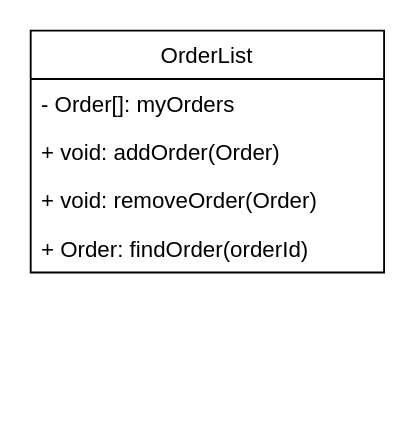
The draw.io diagram Project_1/Class_Diagrams/OrderList.drawio in chrismd2/CSci-430-Group-11, before the edit. Source tidied: cells renumbered, new cells numbered last; positions are measured from the earlier drawing's top-left corner, leaving out a move shared by most shapes. Both pictures are drawn from the tidied source at 186%, with x=0, y=0 at pixel (30, 30).
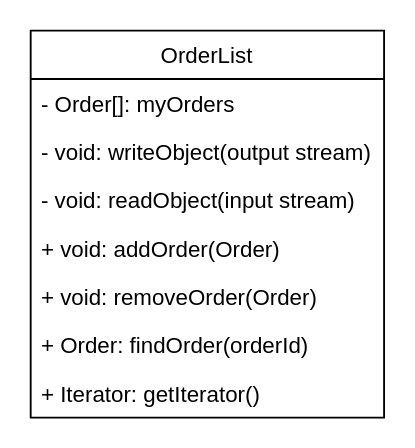
The same diagram, later.

Diff of the diagram source:
```diff
@@
 <mxGraphModel>
   <root>
     <mxCell id="0" />
     <mxCell id="1" parent="0" />
     <mxCell id="2" value="OrderList" style="swimlane;fontStyle=0;horizontal=1;startSize=26;fillColor=none;" parent="1" vertex="1">
-      <mxGeometry width="190" height="130" as="geometry" />
+      <mxGeometry width="190" height="208" as="geometry" />
     </mxCell>
     <mxCell id="3" value="- Order[]: myOrders" style="text;strokeColor=none;fillColor=none;align=left;verticalAlign=top;spacingLeft=4;spacingRight=4;overflow=hidden;" parent="2" vertex="1">
       <mxGeometry y="26" width="190" height="26" as="geometry" />
     </mxCell>
+    <mxCell id="7" value="- void: writeObject(output stream)" style="text;strokeColor=none;fillColor=none;align=left;verticalAlign=top;spacingLeft=4;spacingRight=4;overflow=hidden;" parent="2" vertex="1">
+      <mxGeometry y="52" width="190" height="26" as="geometry" />
+    </mxCell>
+    <mxCell id="8" value="- void: readObject(input stream)" style="text;strokeColor=none;fillColor=none;align=left;verticalAlign=top;spacingLeft=4;spacingRight=4;overflow=hidden;" parent="2" vertex="1">
+      <mxGeometry y="78" width="190" height="26" as="geometry" />
+    </mxCell>
     <mxCell id="4" value="+ void: addOrder(Order)" style="text;strokeColor=none;fillColor=none;align=left;verticalAlign=top;spacingLeft=4;spacingRight=4;overflow=hidden;" parent="2" vertex="1">
-      <mxGeometry y="52" width="190" height="26" as="geometry" />
+      <mxGeometry y="104" width="190" height="26" as="geometry" />
     </mxCell>
     <mxCell id="5" value="+ void: removeOrder(Order)" style="text;strokeColor=none;fillColor=none;align=left;verticalAlign=top;spacingLeft=4;spacingRight=4;overflow=hidden;" parent="2" vertex="1">
-      <mxGeometry y="78" width="190" height="26" as="geometry" />
+      <mxGeometry y="130" width="190" height="26" as="geometry" />
     </mxCell>
+    <mxCell id="9" value="+ Order: findOrder(orderId)" style="text;strokeColor=none;fillColor=none;align=left;verticalAlign=top;spacingLeft=4;spacingRight=4;overflow=hidden;" parent="2" vertex="1">
+      <mxGeometry y="156" width="190" height="26" as="geometry" />
+    </mxCell>
-    <mxCell id="6" value="+ Order: findOrder(orderId)" style="text;strokeColor=none;fillColor=none;align=left;verticalAlign=top;spacingLeft=4;spacingRight=4;overflow=hidden;" parent="2" vertex="1">
-      <mxGeometry y="104" width="190" height="26" as="geometry" />
+    <mxCell id="6" value="+ Iterator: getIterator()" style="text;strokeColor=none;fillColor=none;align=left;verticalAlign=top;spacingLeft=4;spacingRight=4;overflow=hidden;" parent="2" vertex="1">
+      <mxGeometry y="182" width="190" height="26" as="geometry" />
     </mxCell>
   </root>
 </mxGraphModel>
```
